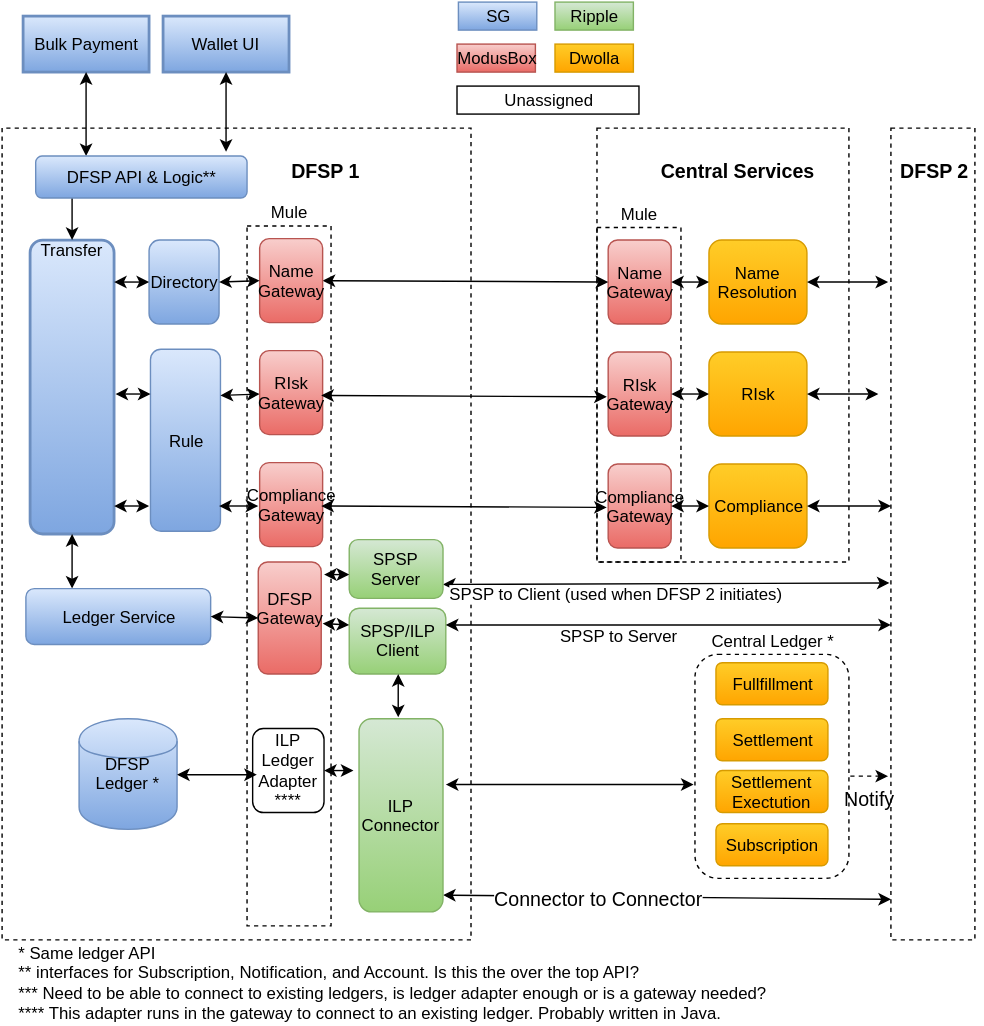
maduhu/Documentation keeps this draw.io diagram as Wiki/Top Level Architecture.svg. Above is the earlier version. Source tidied: cells renumbered, new cells last; positions are measured from the earlier drawing's top-left corner, leaving out a move shared by most shapes.
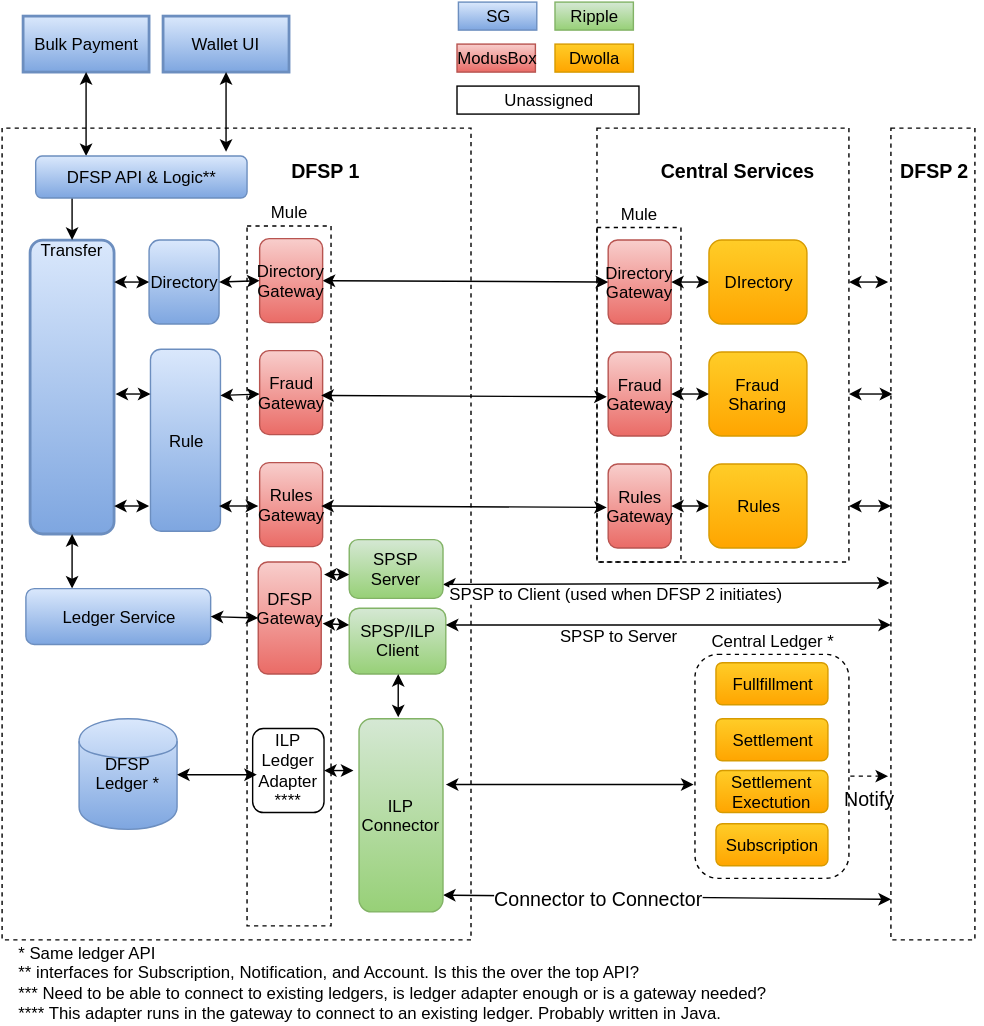
Later version of the same file.

Commit message:
Changed Central Names

Updated names for Central service based on Adam's feedback.
Also corrected DFSP2 lines to central

Diff of the diagram source:
```diff
@@ -2,6 +2,9 @@
   <root>
     <mxCell id="0" />
     <mxCell id="1" parent="0" />
+    <mxCell id="69" value="Mule" style="whiteSpace=wrap;html=1;fillColor=none;dashed=1;labelPosition=center;verticalLabelPosition=top;align=center;verticalAlign=bottom;" parent="1" vertex="1">
+      <mxGeometry x="425" y="161" width="60" height="239" as="geometry" />
+    </mxCell>
     <mxCell id="2" style="whiteSpace=wrap;html=1;fillColor=none;dashed=1;labelPosition=center;verticalLabelPosition=top;align=center;verticalAlign=bottom;" parent="1" vertex="1">
       <mxGeometry x="425" y="90" width="180" height="310" as="geometry" />
     </mxCell>
@@ -58,13 +61,13 @@
         <mxPoint x="-36" y="7" as="offset" />
       </mxGeometry>
     </mxCell>
-    <mxCell id="18" value="Name Resolution" style="rounded=1;whiteSpace=wrap;html=1;plain-orange;" parent="1" vertex="1">
+    <mxCell id="18" value="DIrectory" style="rounded=1;whiteSpace=wrap;html=1;plain-orange;" parent="1" vertex="1">
       <mxGeometry x="505" y="170" width="70" height="60" as="geometry" />
     </mxCell>
     <mxCell id="19" value="Directory" style="rounded=1;whiteSpace=wrap;html=1;plain-blue;" parent="1" vertex="1">
       <mxGeometry x="105" y="170" width="50" height="60" as="geometry" />
     </mxCell>
-    <mxCell id="20" value="Name Gateway" style="rounded=1;whiteSpace=wrap;html=1;plain-red;" parent="1" vertex="1">
+    <mxCell id="20" value="Directory Gateway" style="rounded=1;whiteSpace=wrap;html=1;plain-red;" parent="1" vertex="1">
       <mxGeometry x="433" y="170" width="45" height="60" as="geometry" />
     </mxCell>
     <mxCell id="21" style="endArrow=classic;startArrow=classic;html=1;" parent="1" edge="1">
@@ -79,19 +82,19 @@
     <mxCell id="23" style="endArrow=classic;startArrow=classic;html=1;entryX=0;entryY=0.5;exitX=1;exitY=0.5;" parent="1" edge="1" source="20" target="18">
       <mxGeometry x="135" y="229" as="geometry" />
     </mxCell>
-    <mxCell id="24" value="RIsk" style="rounded=1;whiteSpace=wrap;html=1;plain-orange;" parent="1" vertex="1">
+    <mxCell id="24" value="Fraud Sharing" style="rounded=1;whiteSpace=wrap;html=1;plain-orange;" parent="1" vertex="1">
       <mxGeometry x="505" y="250" width="70" height="60" as="geometry" />
     </mxCell>
-    <mxCell id="25" value="RIsk Gateway" style="rounded=1;whiteSpace=wrap;html=1;plain-red;" parent="1" vertex="1">
+    <mxCell id="25" value="Fraud Gateway" style="rounded=1;whiteSpace=wrap;html=1;plain-red;" parent="1" vertex="1">
       <mxGeometry x="433" y="250" width="45" height="60" as="geometry" />
     </mxCell>
     <mxCell id="26" style="endArrow=classic;startArrow=classic;html=1;entryX=0;entryY=0.5;exitX=1;exitY=0.5;" parent="1" edge="1" source="25" target="24">
       <mxGeometry x="135" y="309" as="geometry" />
     </mxCell>
-    <mxCell id="27" value="Compliance" style="rounded=1;whiteSpace=wrap;html=1;plain-orange;" parent="1" vertex="1">
+    <mxCell id="27" value="Rules" style="rounded=1;whiteSpace=wrap;html=1;plain-orange;" parent="1" vertex="1">
       <mxGeometry x="505" y="330" width="70" height="60" as="geometry" />
     </mxCell>
-    <mxCell id="28" value="Compliance Gateway" style="rounded=1;whiteSpace=wrap;html=1;plain-red;" parent="1" vertex="1">
+    <mxCell id="28" value="Rules Gateway" style="rounded=1;whiteSpace=wrap;html=1;plain-red;" parent="1" vertex="1">
       <mxGeometry x="433" y="330" width="45" height="60" as="geometry" />
     </mxCell>
     <mxCell id="29" style="endArrow=classic;startArrow=classic;html=1;entryX=0;entryY=0.5;exitX=1;exitY=0.5;" parent="1" edge="1" source="28" target="27">
@@ -141,20 +144,20 @@
     <mxCell id="39" style="whiteSpace=wrap;html=1;fillColor=none;dashed=1;labelPosition=center;verticalLabelPosition=middle;align=center;verticalAlign=middle;" parent="1" vertex="1">
       <mxGeometry x="635" y="90" width="60" height="580" as="geometry" />
     </mxCell>
-    <mxCell id="40" style="endArrow=classic;startArrow=classic;html=1;exitX=1;exitY=0.5;" parent="1" edge="1" source="27">
+    <mxCell id="40" style="endArrow=classic;startArrow=classic;html=1;" parent="1" edge="1">
       <mxGeometry x="464" y="389" as="geometry">
+        <mxPoint x="605" y="360" as="sourcePoint" />
         <mxPoint x="635" y="360" as="targetPoint" />
       </mxGeometry>
     </mxCell>
-    <mxCell id="41" style="endArrow=classic;startArrow=classic;html=1;" parent="1" edge="1">
+    <mxCell id="41" style="endArrow=classic;startArrow=classic;html=1;entryX=0.017;entryY=0.328;entryPerimeter=0;" parent="1" edge="1" target="39">
       <mxGeometry x="472" y="309" as="geometry">
-        <mxPoint x="575" y="280" as="sourcePoint" />
-        <mxPoint x="626" y="280" as="targetPoint" />
+        <mxPoint x="605" y="280" as="sourcePoint" />
       </mxGeometry>
     </mxCell>
     <mxCell id="42" style="endArrow=classic;startArrow=classic;html=1;entryX=-0.033;entryY=0.269;entryPerimeter=0;" parent="1" edge="1">
       <mxGeometry x="472" y="228" as="geometry">
-        <mxPoint x="575" y="200" as="sourcePoint" />
+        <mxPoint x="605" y="200" as="sourcePoint" />
         <mxPoint x="633" y="200" as="targetPoint" />
       </mxGeometry>
     </mxCell>
@@ -245,18 +248,15 @@
     <mxCell id="65" style="endArrow=classic;startArrow=classic;html=1;exitX=1;exitY=0.5;entryX=0;entryY=0.5;" parent="1" edge="1" source="45" target="37">
       <mxGeometry x="207" y="589" as="geometry" />
     </mxCell>
-    <mxCell id="66" value="Name Gateway" style="rounded=1;whiteSpace=wrap;html=1;plain-red;" parent="1" vertex="1">
+    <mxCell id="66" value="Directory Gateway" style="rounded=1;whiteSpace=wrap;html=1;plain-red;" parent="1" vertex="1">
       <mxGeometry x="184" y="169" width="45" height="60" as="geometry" />
     </mxCell>
-    <mxCell id="67" value="RIsk Gateway" style="rounded=1;whiteSpace=wrap;html=1;plain-red;" parent="1" vertex="1">
+    <mxCell id="67" value="Fraud Gateway" style="rounded=1;whiteSpace=wrap;html=1;plain-red;" parent="1" vertex="1">
       <mxGeometry x="184" y="249" width="45" height="60" as="geometry" />
     </mxCell>
-    <mxCell id="68" value="Compliance Gateway" style="rounded=1;whiteSpace=wrap;html=1;plain-red;" parent="1" vertex="1">
+    <mxCell id="68" value="Rules Gateway" style="rounded=1;whiteSpace=wrap;html=1;plain-red;" parent="1" vertex="1">
       <mxGeometry x="184" y="329" width="45" height="60" as="geometry" />
     </mxCell>
-    <mxCell id="69" value="Mule" style="whiteSpace=wrap;html=1;fillColor=none;dashed=1;labelPosition=center;verticalLabelPosition=top;align=center;verticalAlign=bottom;" parent="1" vertex="1">
-      <mxGeometry x="425" y="161" width="60" height="239" as="geometry" />
-    </mxCell>
     <mxCell id="70" style="endArrow=classic;startArrow=classic;html=1;entryX=0;entryY=0.5;exitX=1;exitY=0.5;" parent="1" edge="1">
       <mxGeometry x="124" y="301" as="geometry">
         <mxPoint x="228" y="281" as="sourcePoint" />
```
